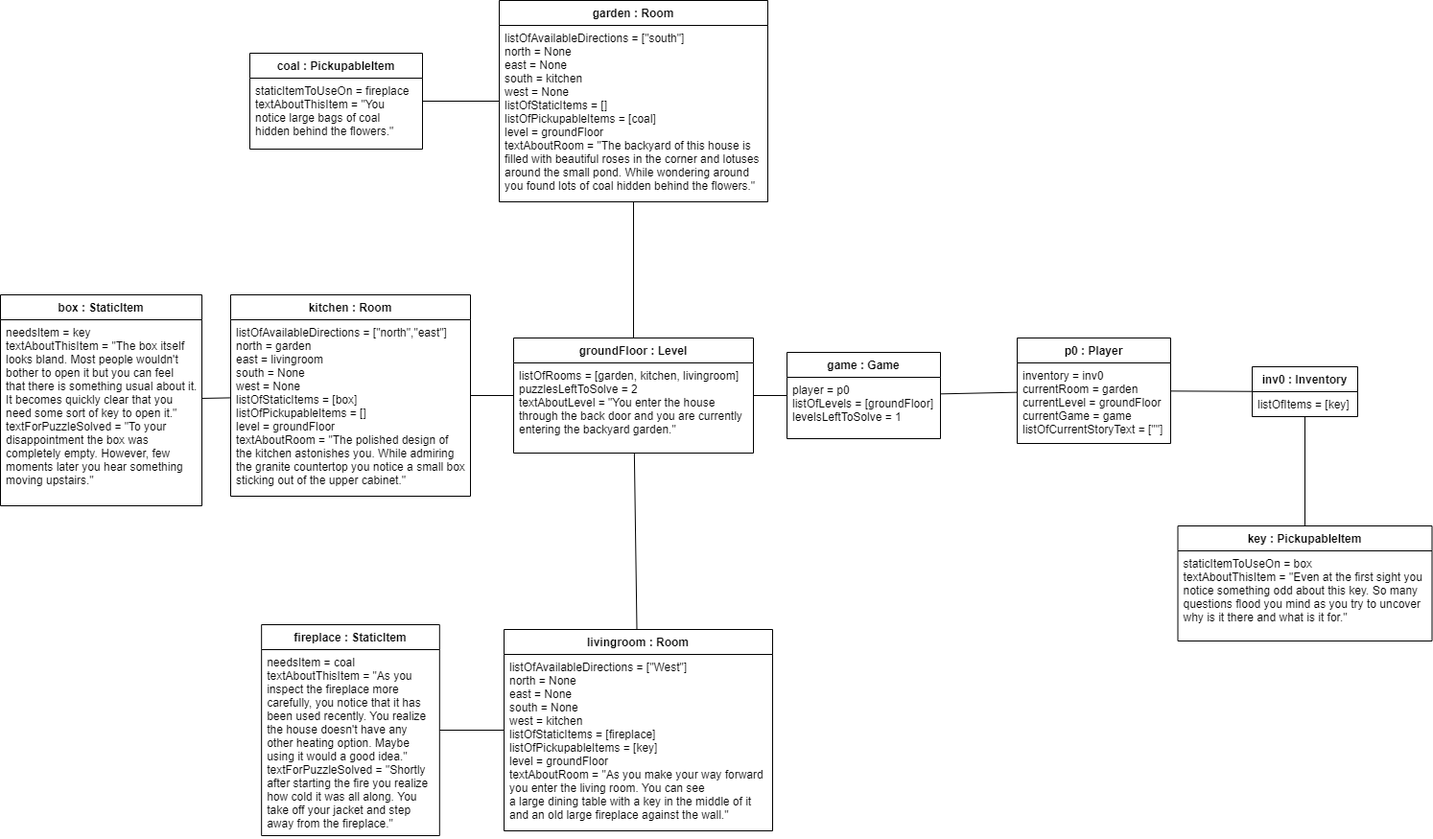
This is docs/visual/ObjectDiagram.png from MateuszBelka/Text_Adventure_Game, a draw.io export, as it was before one commit. Source tidied: cells renumbered, new cells last; positions are measured from the earlier drawing's top-left corner, leaving out a move shared by most shapes. Source of this version:
```xml
<mxGraphModel background="#ffffff">
  <root>
    <mxCell id="0" />
    <mxCell id="1" parent="0" />
    <mxCell id="2" value="p0 : Player" style="swimlane;fontStyle=1;horizontal=1;startSize=26;fillColor=none;" parent="1" vertex="1">
      <mxGeometry x="1060" y="352" width="160" height="110" as="geometry" />
    </mxCell>
    <mxCell id="3" value="inventory = inv0&#10;currentRoom = garden&#10;currentLevel = groundFloor&#10;currentGame = game&#10;listOfCurrentStoryText = [&quot;&quot;]" style="text;strokeColor=none;fillColor=none;align=left;verticalAlign=top;spacingLeft=4;spacingRight=4;overflow=hidden;" parent="2" vertex="1">
      <mxGeometry y="26" width="160" height="84" as="geometry" />
    </mxCell>
    <mxCell id="4" style="endArrow=none;html=1;rounded=1;" parent="1" edge="1" source="5" target="2">
      <mxGeometry relative="1" as="geometry" />
    </mxCell>
    <mxCell id="5" value="game : Game" style="swimlane;fontStyle=1;horizontal=1;startSize=26;fillColor=none;" parent="1" vertex="1">
      <mxGeometry x="820" y="367" width="160" height="90" as="geometry" />
    </mxCell>
    <mxCell id="6" value="player = p0&#10;listOfLevels = [groundFloor]&#10;levelsLeftToSolve = 1" style="text;strokeColor=none;fillColor=none;align=left;verticalAlign=top;spacingLeft=4;spacingRight=4;overflow=hidden;" parent="5" vertex="1">
      <mxGeometry y="26" width="160" height="64" as="geometry" />
    </mxCell>
    <mxCell id="7" value="groundFloor : Level" style="swimlane;fontStyle=1;horizontal=1;startSize=26;fillColor=none;" parent="1" vertex="1">
      <mxGeometry x="535" y="352" width="250" height="120" as="geometry" />
    </mxCell>
    <mxCell id="8" value="listOfRooms = [garden, kitchen, livingroom]&#10;puzzlesLeftToSolve = 2&#10;textAboutLevel = &quot;You enter the house &#10;through the back door and you are currently &#10;entering the backyard garden.&quot;" style="text;strokeColor=none;fillColor=none;align=left;verticalAlign=top;spacingLeft=4;spacingRight=4;overflow=hidden;" parent="7" vertex="1">
      <mxGeometry y="26" width="250" height="94" as="geometry" />
    </mxCell>
    <mxCell id="9" style="endArrow=none;html=1;rounded=1;" parent="1" edge="1" source="7" target="5">
      <mxGeometry relative="1" as="geometry" />
    </mxCell>
    <mxCell id="10" value="kitchen : Room" style="swimlane;fontStyle=1;horizontal=1;startSize=26;fillColor=none;" parent="1" vertex="1">
      <mxGeometry x="240" y="307" width="250" height="210" as="geometry" />
    </mxCell>
    <mxCell id="11" value="listOfAvailableDirections = [&quot;north&quot;,&quot;east&quot;]&#10;north = garden&#10;east = livingroom&#10;south = None&#10;west = None&#10;listOfStaticItems = [box]&#10;listOfPickupableItems = []&#10;level = groundFloor&#10;textAboutRoom = &quot;The polished design of &#10;the kitchen astonishes you. While admiring &#10;the granite countertop you notice a small box &#10;sticking out of the upper cabinet.&quot;" style="text;strokeColor=none;fillColor=none;align=left;verticalAlign=top;spacingLeft=4;spacingRight=4;overflow=hidden;" parent="10" vertex="1">
      <mxGeometry y="26" width="250" height="184" as="geometry" />
    </mxCell>
    <mxCell id="12" value="inv0 : Inventory" style="swimlane;fontStyle=1;horizontal=1;startSize=26;fillColor=none;" parent="1" vertex="1">
      <mxGeometry x="1305" y="382" width="110" height="52" as="geometry" />
    </mxCell>
    <mxCell id="13" value="listOfItems = [key]" style="text;strokeColor=none;fillColor=none;align=left;verticalAlign=top;spacingLeft=4;spacingRight=4;overflow=hidden;" parent="12" vertex="1">
      <mxGeometry y="26" width="110" height="26" as="geometry" />
    </mxCell>
    <mxCell id="14" style="endArrow=none;html=1;rounded=1;" parent="1" edge="1" source="2" target="12">
      <mxGeometry relative="1" as="geometry" />
    </mxCell>
    <mxCell id="15" style="endArrow=none;html=1;rounded=1;" parent="1" edge="1" source="16" target="7">
      <mxGeometry relative="1" as="geometry" />
    </mxCell>
    <mxCell id="16" value="livingroom : Room" style="swimlane;fontStyle=1;horizontal=1;startSize=26;fillColor=none;" parent="1" vertex="1">
      <mxGeometry x="525" y="656" width="280" height="210" as="geometry" />
    </mxCell>
    <mxCell id="17" value="listOfAvailableDirections = [&quot;West&quot;]&#10;north = None&#10;east = None&#10;south = None&#10;west = kitchen&#10;listOfStaticItems = [fireplace]&#10;listOfPickupableItems = [key]&#10;level = groundFloor&#10;textAboutRoom = &quot;As you make your way forward &#10;you enter the living room. You can see &#10;a large dining table with a key in the middle of it &#10;and an old large fireplace against the wall.&quot;" style="text;strokeColor=none;fillColor=none;align=left;verticalAlign=top;spacingLeft=4;spacingRight=4;overflow=hidden;" parent="16" vertex="1">
      <mxGeometry y="26" width="280" height="184" as="geometry" />
    </mxCell>
    <mxCell id="18" style="endArrow=none;html=1;rounded=1;" parent="1" edge="1" source="10" target="7">
      <mxGeometry relative="1" as="geometry" />
    </mxCell>
    <mxCell id="19" value="key : PickupableItem" style="swimlane;fontStyle=1;horizontal=1;startSize=26;fillColor=none;" parent="1" vertex="1">
      <mxGeometry x="1227.5" y="548" width="265" height="120" as="geometry" />
    </mxCell>
    <mxCell id="20" value="staticItemToUseOn = box&#10;textAboutThisItem = &quot;Even at the first sight you &#10;notice something odd about this key. So many &#10;questions flood you mind as you try to uncover &#10;why is it there and what is it for.&quot;" style="text;strokeColor=none;fillColor=none;align=left;verticalAlign=top;spacingLeft=4;spacingRight=4;overflow=hidden;" parent="19" vertex="1">
      <mxGeometry y="26" width="265" height="94" as="geometry" />
    </mxCell>
    <mxCell id="21" style="endArrow=none;html=1;rounded=1;" parent="1" edge="1" source="19" target="12">
      <mxGeometry relative="1" as="geometry" />
    </mxCell>
    <mxCell id="22" value="garden : Room" style="swimlane;fontStyle=1;horizontal=1;startSize=26;fillColor=none;" parent="1" vertex="1">
      <mxGeometry x="520" width="280" height="210" as="geometry" />
    </mxCell>
    <mxCell id="23" value="listOfAvailableDirections = [&quot;south&quot;]&#10;north = None&#10;east = None&#10;south = kitchen&#10;west = None&#10;listOfStaticItems = []&#10;listOfPickupableItems = [coal]&#10;level = groundFloor&#10;textAboutRoom = &quot;The backyard of this house is &#10;filled with beautiful roses in the corner and lotuses &#10;around the small pond. While wondering around &#10;you found lots of coal hidden behind the flowers.&quot;" style="text;strokeColor=none;fillColor=none;align=left;verticalAlign=top;spacingLeft=4;spacingRight=4;overflow=hidden;" parent="22" vertex="1">
      <mxGeometry y="26" width="280" height="184" as="geometry" />
    </mxCell>
    <mxCell id="24" style="endArrow=none;html=1;rounded=1;" parent="1" edge="1" source="22" target="7">
      <mxGeometry relative="1" as="geometry" />
    </mxCell>
    <mxCell id="25" value="coal : PickupableItem" style="swimlane;fontStyle=1;horizontal=1;startSize=26;fillColor=none;" parent="1" vertex="1">
      <mxGeometry x="260" y="55" width="180" height="100" as="geometry" />
    </mxCell>
    <mxCell id="26" value="staticItemToUseOn = fireplace&#10;textAboutThisItem = &quot;You &#10;notice large bags of coal &#10;hidden behind the flowers.&quot;" style="text;strokeColor=none;fillColor=none;align=left;verticalAlign=top;spacingLeft=4;spacingRight=4;overflow=hidden;" parent="25" vertex="1">
      <mxGeometry y="26" width="180" height="74" as="geometry" />
    </mxCell>
    <mxCell id="27" style="endArrow=none;html=1;rounded=1;" parent="1" edge="1" source="22" target="25">
      <mxGeometry relative="1" as="geometry" />
    </mxCell>
    <mxCell id="28" value="box : StaticItem" style="swimlane;fontStyle=1;horizontal=1;startSize=26;fillColor=none;" parent="1" vertex="1">
      <mxGeometry y="307" width="210" height="220" as="geometry" />
    </mxCell>
    <mxCell id="29" value="needsItem = key&#10;textAboutThisItem = &quot;The box itself &#10;looks bland. Most people wouldn't &#10;bother to open it but you can feel &#10;that there is something usual about it. &#10;It becomes quickly clear that you &#10;need some sort of key to open it.&quot;&#10;textForPuzzleSolved = &quot;To your &#10;disappointment the box was &#10;completely empty. However, few &#10;moments later you hear something &#10;moving upstairs.&quot;" style="text;strokeColor=none;fillColor=none;align=left;verticalAlign=top;spacingLeft=4;spacingRight=4;overflow=hidden;" parent="28" vertex="1">
      <mxGeometry y="26" width="210" height="194" as="geometry" />
    </mxCell>
    <mxCell id="30" style="endArrow=none;html=1;rounded=1;" parent="1" edge="1" source="10" target="28">
      <mxGeometry relative="1" as="geometry" />
    </mxCell>
    <mxCell id="31" value="fireplace : StaticItem" style="swimlane;fontStyle=1;horizontal=1;startSize=26;fillColor=none;" parent="1" vertex="1">
      <mxGeometry x="272.2" y="651" width="185.6" height="220" as="geometry" />
    </mxCell>
    <mxCell id="32" value="needsItem = coal&#10;textAboutThisItem = &quot;As you &#10;inspect the fireplace more &#10;carefully, you notice that it has &#10;been used recently. You realize &#10;the house doesn't have any &#10;other heating option. Maybe &#10;using it would a good idea.&quot;&#10;textForPuzzleSolved = &quot;Shortly &#10;after starting the fire you realize &#10;how cold it was all along. You &#10;take off your jacket and step &#10;away from the fireplace.&quot;" style="text;strokeColor=none;fillColor=none;align=left;verticalAlign=top;spacingLeft=4;spacingRight=4;overflow=hidden;" parent="31" vertex="1">
      <mxGeometry y="26" width="185.6" height="194" as="geometry" />
    </mxCell>
    <mxCell id="33" style="endArrow=none;html=1;rounded=1;" parent="1" edge="1" source="16" target="31">
      <mxGeometry relative="1" as="geometry" />
    </mxCell>
  </root>
</mxGraphModel>
```
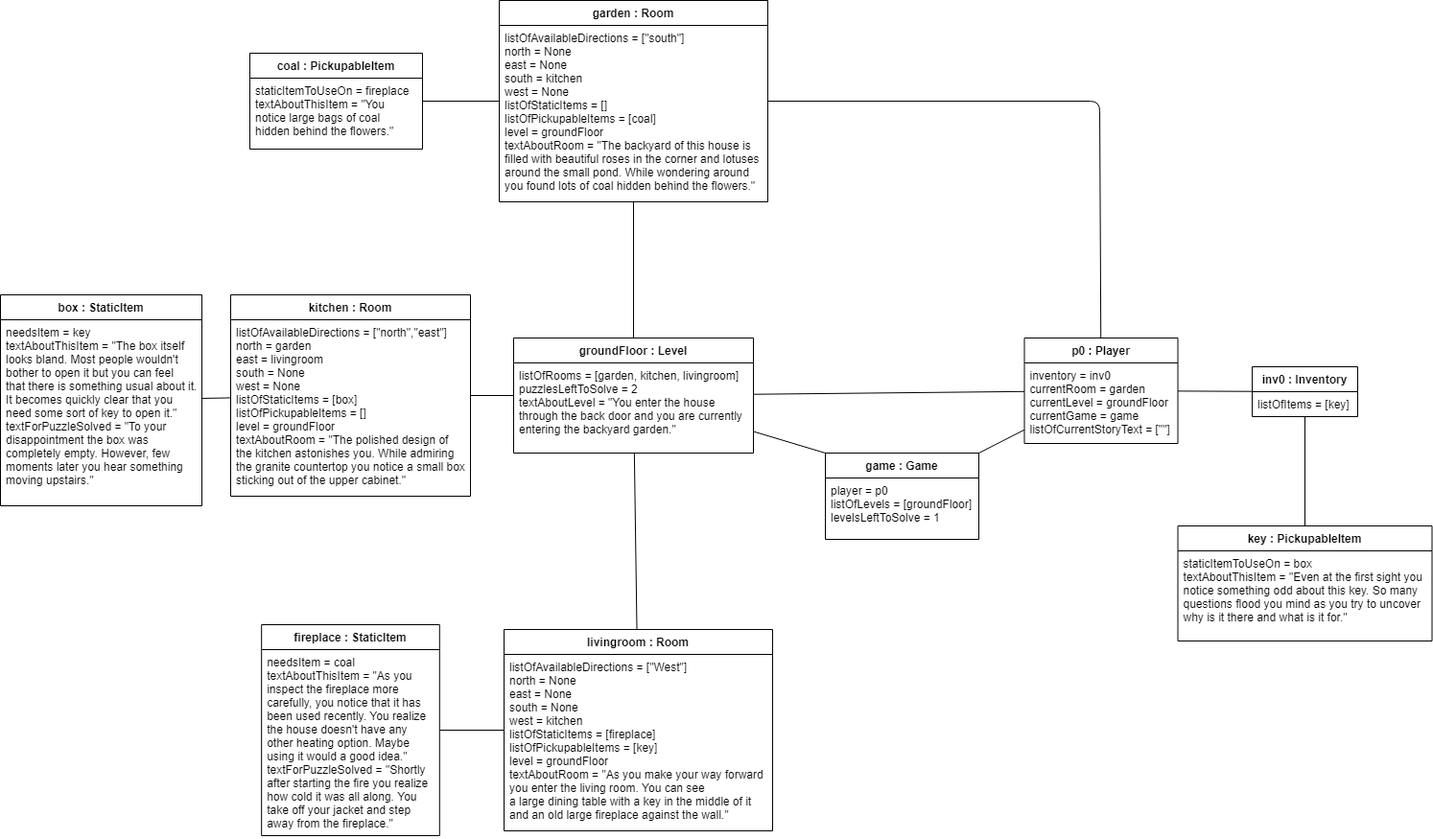
After the change.

Commit message:
obj diagram, description, fix links in a1

The edit, as a diff of the source:
```diff
@@ -3,16 +3,16 @@
     <mxCell id="0" />
     <mxCell id="1" parent="0" />
     <mxCell id="2" value="p0 : Player" style="swimlane;fontStyle=1;horizontal=1;startSize=26;fillColor=none;" parent="1" vertex="1">
-      <mxGeometry x="1060" y="352" width="160" height="110" as="geometry" />
+      <mxGeometry x="1067.5" y="352" width="160" height="110" as="geometry" />
     </mxCell>
     <mxCell id="3" value="inventory = inv0&#10;currentRoom = garden&#10;currentLevel = groundFloor&#10;currentGame = game&#10;listOfCurrentStoryText = [&quot;&quot;]" style="text;strokeColor=none;fillColor=none;align=left;verticalAlign=top;spacingLeft=4;spacingRight=4;overflow=hidden;" parent="2" vertex="1">
       <mxGeometry y="26" width="160" height="84" as="geometry" />
     </mxCell>
-    <mxCell id="4" style="endArrow=none;html=1;rounded=1;" parent="1" edge="1" source="5" target="2">
+    <mxCell id="4" style="endArrow=none;html=1;rounded=1;exitX=1;exitY=0;exitDx=0;exitDy=0;" parent="1" edge="1" source="5" target="2">
       <mxGeometry relative="1" as="geometry" />
     </mxCell>
     <mxCell id="5" value="game : Game" style="swimlane;fontStyle=1;horizontal=1;startSize=26;fillColor=none;" parent="1" vertex="1">
-      <mxGeometry x="820" y="367" width="160" height="90" as="geometry" />
+      <mxGeometry x="860" y="472" width="160" height="90" as="geometry" />
     </mxCell>
     <mxCell id="6" value="player = p0&#10;listOfLevels = [groundFloor]&#10;levelsLeftToSolve = 1" style="text;strokeColor=none;fillColor=none;align=left;verticalAlign=top;spacingLeft=4;spacingRight=4;overflow=hidden;" parent="5" vertex="1">
       <mxGeometry y="26" width="160" height="64" as="geometry" />
@@ -23,7 +23,7 @@
     <mxCell id="8" value="listOfRooms = [garden, kitchen, livingroom]&#10;puzzlesLeftToSolve = 2&#10;textAboutLevel = &quot;You enter the house &#10;through the back door and you are currently &#10;entering the backyard garden.&quot;" style="text;strokeColor=none;fillColor=none;align=left;verticalAlign=top;spacingLeft=4;spacingRight=4;overflow=hidden;" parent="7" vertex="1">
       <mxGeometry y="26" width="250" height="94" as="geometry" />
     </mxCell>
-    <mxCell id="9" style="endArrow=none;html=1;rounded=1;" parent="1" edge="1" source="7" target="5">
+    <mxCell id="9" style="endArrow=none;html=1;rounded=1;entryX=0;entryY=0;entryDx=0;entryDy=0;" parent="1" edge="1" source="7" target="5">
       <mxGeometry relative="1" as="geometry" />
     </mxCell>
     <mxCell id="10" value="kitchen : Room" style="swimlane;fontStyle=1;horizontal=1;startSize=26;fillColor=none;" parent="1" vertex="1">
@@ -98,5 +98,15 @@
     <mxCell id="33" style="endArrow=none;html=1;rounded=1;" parent="1" edge="1" source="16" target="31">
       <mxGeometry relative="1" as="geometry" />
     </mxCell>
+    <mxCell id="34" style="endArrow=none;html=1;rounded=1;" parent="1" edge="1" source="7" target="2">
+      <mxGeometry relative="1" as="geometry" />
+    </mxCell>
+    <mxCell id="35" style="endArrow=none;html=1;rounded=1;" parent="1" edge="1" source="22" target="2">
+      <mxGeometry relative="1" as="geometry">
+        <Array as="points">
+          <mxPoint x="1146" y="105" />
+        </Array>
+      </mxGeometry>
+    </mxCell>
   </root>
 </mxGraphModel>
```
